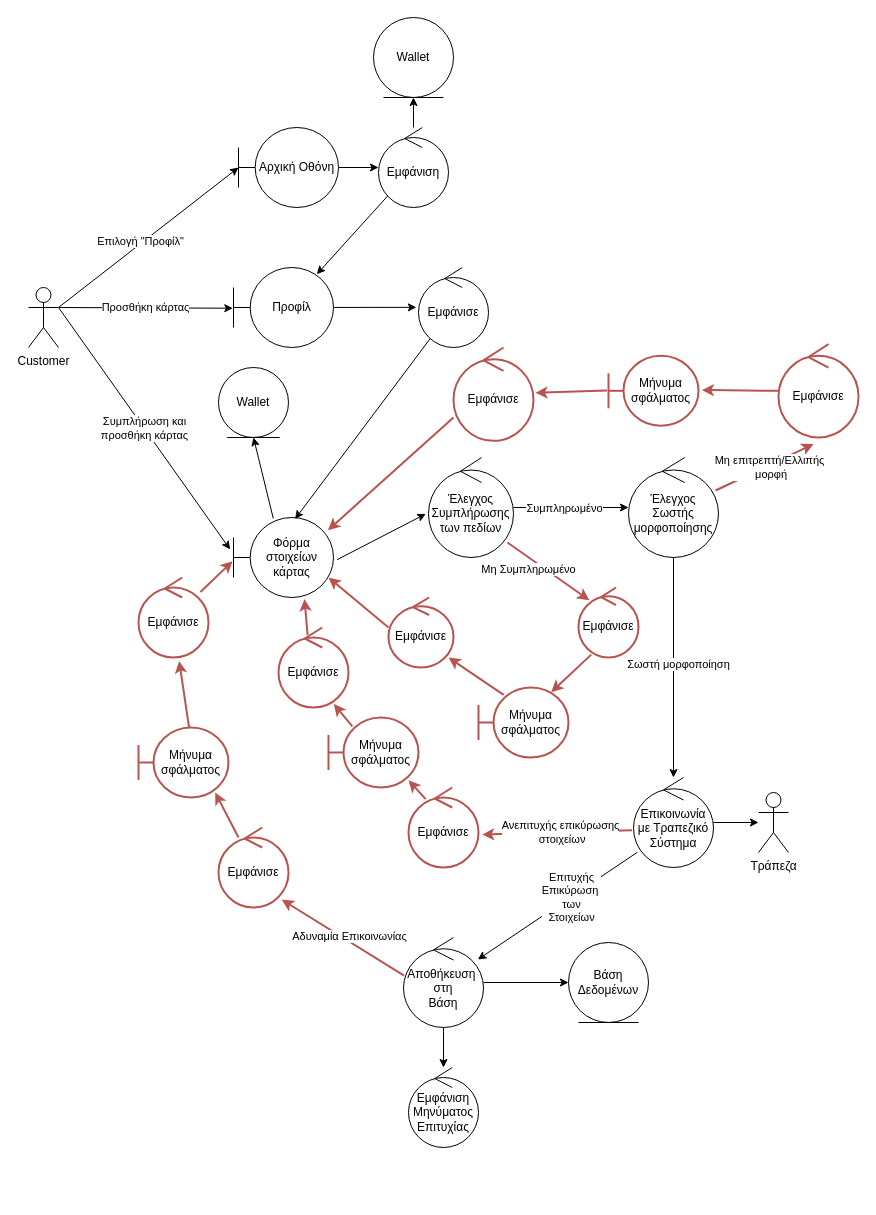
Before: Part_2/Robustness/diagrams/05_Προσθήκη_Τρόπου_Πληρωμής.drawio in Nikolis2002/texnoligia_logismikou, a draw.io diagram. Source tidied: cells renumbered, new cells numbered last; positions are measured from the earlier drawing's top-left corner, leaving out a move shared by most shapes. Both pictures are drawn from the tidied source at 100%, with x=0, y=0 at pixel (28, 17).
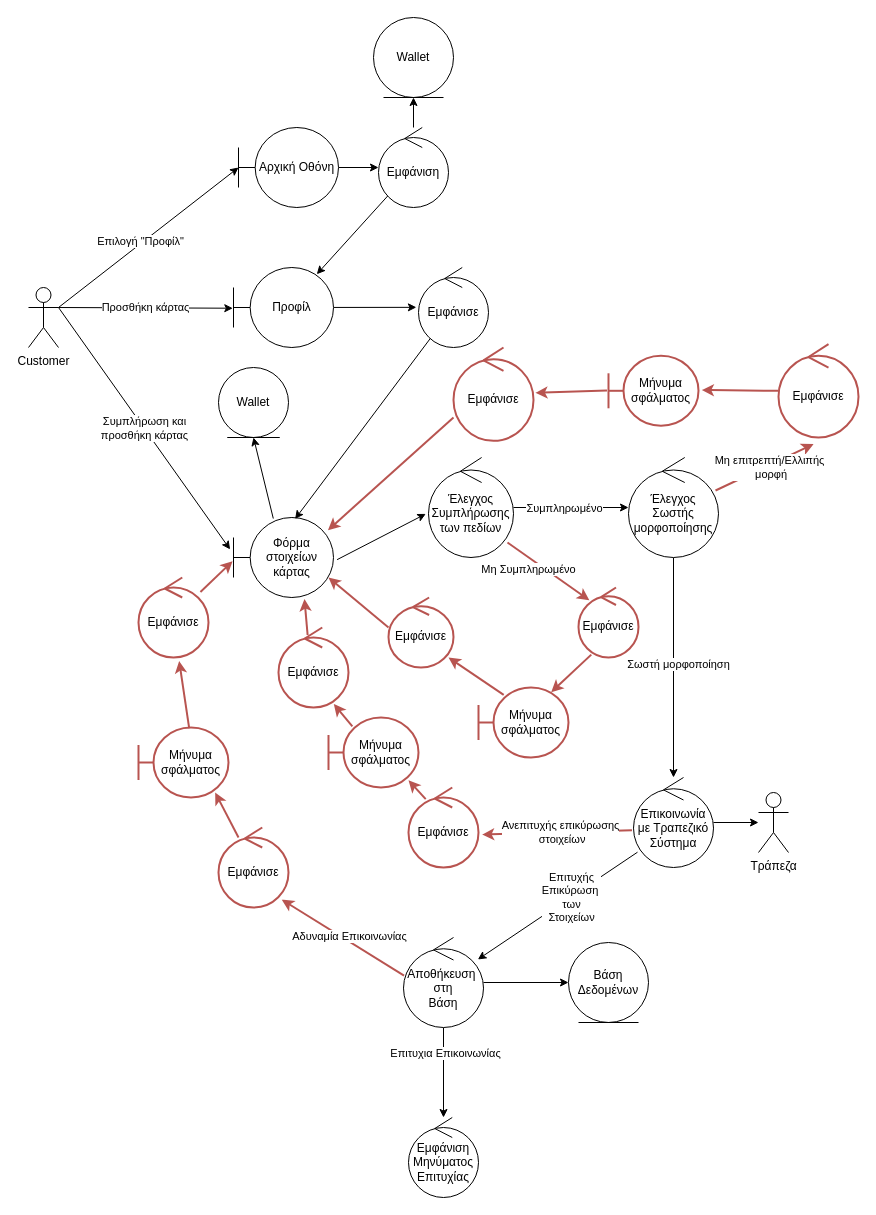
The same diagram, later.

Commit message (it also covers changes not shown here):
sequence 3 complete,incomplete 5,changes to robustness

Unchanged cells that the change refers to:
```xml
<mxCell id="25" style="edgeStyle=none;html=1;" parent="1" edge="1" source="28" target="30">
  <mxGeometry relative="1" as="geometry" />
</mxCell>
```

The edit, as a diff of the source:
```diff
@@
+    <mxCell id="69" value="Επιτυχια Επικοινωνίας" style="edgeLabel;html=1;align=center;verticalAlign=middle;" parent="25" vertex="1">
+      <mxGeometry x="-0.44" y="1" relative="1" as="geometry" />
+    </mxCell>
@@
     <mxCell id="30" value="Εμφάνιση Μηνύματος Επιτυχίας" style="ellipse;shape=umlControl;whiteSpace=wrap;html=1;" parent="1" vertex="1">
-      <mxGeometry x="380" y="1050" width="70" height="80" as="geometry" />
+      <mxGeometry x="380" y="1100" width="70" height="80" as="geometry" />
     </mxCell>
```
